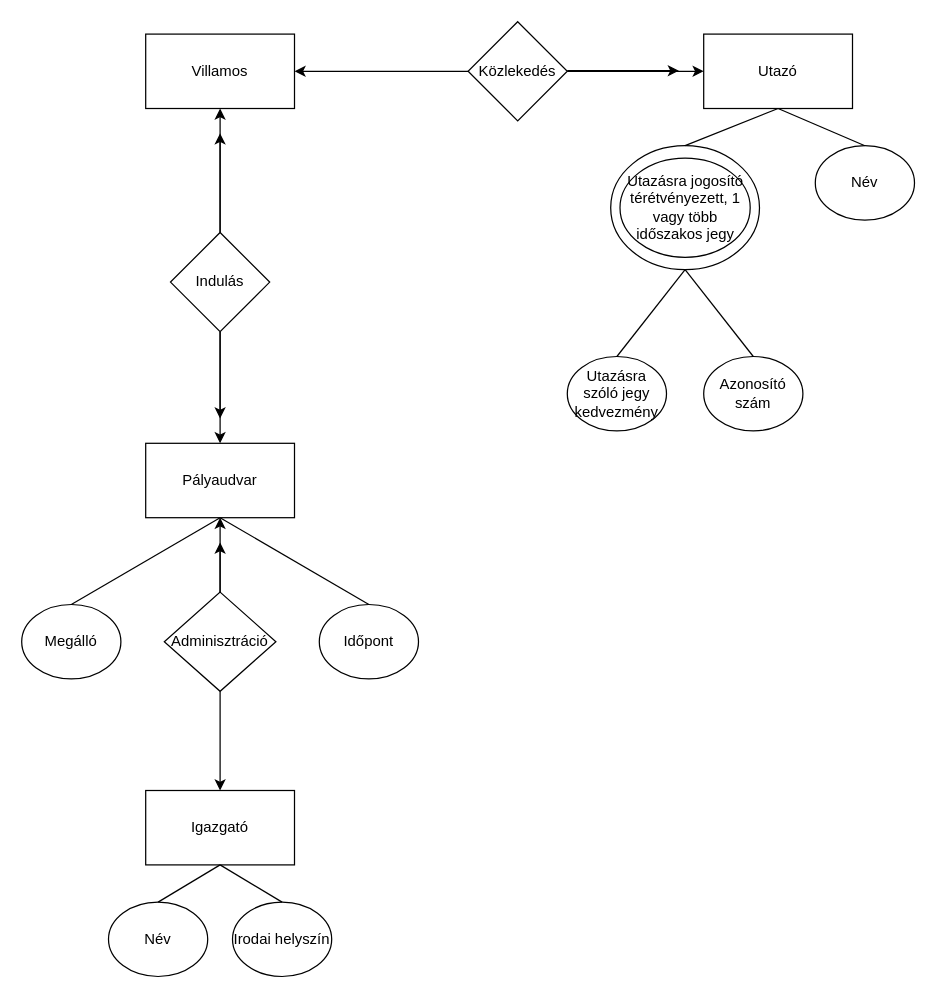
BViktor10/ZY5P7F_DB1gyak keeps this draw.io diagram as ZY5P7F_10.11/ZY5P7F_10.11.(2.Fel).drawio.xml. Above is the earlier version. Source tidied: cells renumbered, new cells numbered last; positions are measured from the earlier drawing's top-left corner, leaving out a move shared by most shapes. Both pictures are drawn from the tidied source at 124%, with x=0, y=0 at pixel (21, 21).
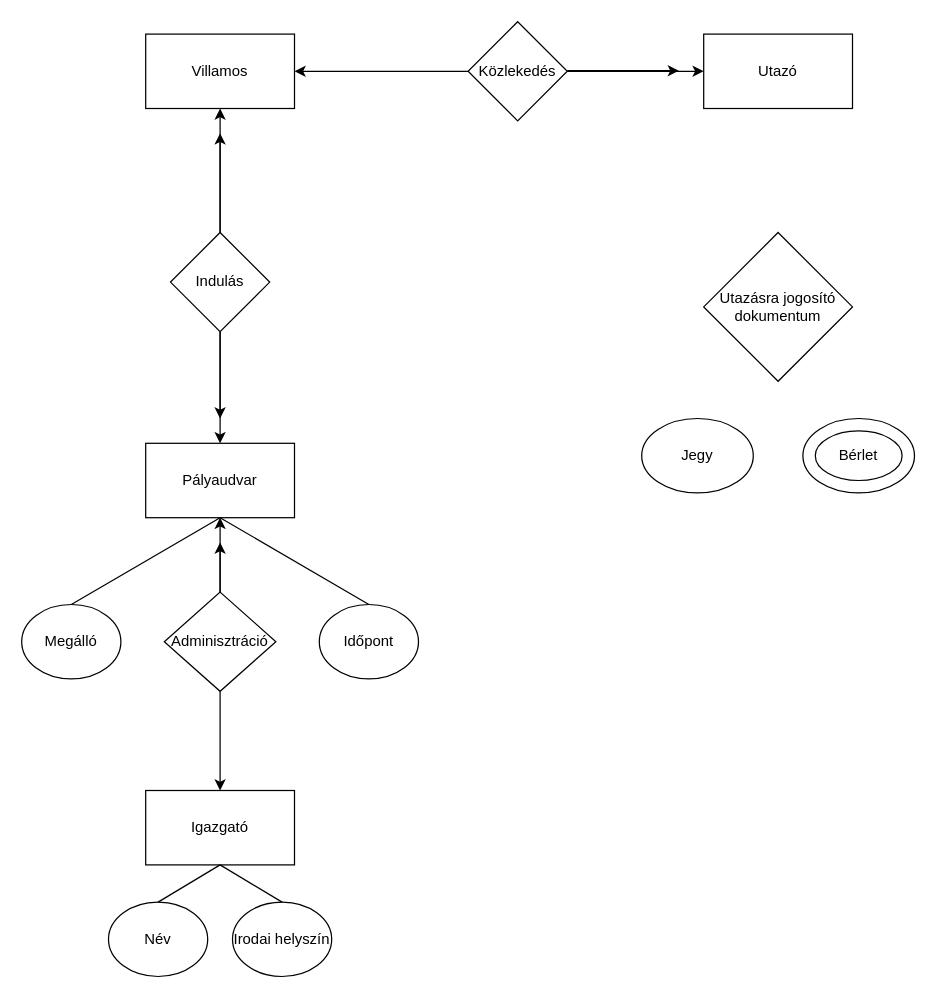
After the change.

The change refers to these unchanged cells:
```xml
<mxCell id="4" value="Utazó" style="rounded=0;whiteSpace=wrap;html=1;" parent="1" vertex="1">
  <mxGeometry x="550" y="10" width="120" height="60" as="geometry" />
</mxCell>
```

Change to the diagram source:
```diff
@@
-    <mxCell id="21" value="Azonosító szám" style="ellipse;whiteSpace=wrap;html=1;" parent="1" vertex="1">
-      <mxGeometry x="550" y="270" width="80" height="60" as="geometry" />
-    </mxCell>
-    <mxCell id="22" style="ellipse;whiteSpace=wrap;html=1;" parent="1" vertex="1">
-      <mxGeometry x="475" y="100" width="120" height="100" as="geometry" />
-    </mxCell>
-    <mxCell id="23" value="&lt;div&gt;Utazásra jogosító&lt;/div&gt;&lt;div&gt;térétvényezett, 1 vagy több időszakos jegy&lt;br&gt;&lt;/div&gt;" style="ellipse;whiteSpace=wrap;html=1;" parent="1" vertex="1">
-      <mxGeometry x="482.5" y="110" width="105" height="80" as="geometry" />
-    </mxCell>
-    <mxCell id="24" value="Név" style="ellipse;whiteSpace=wrap;html=1;" parent="1" vertex="1">
-      <mxGeometry x="640" y="100" width="80" height="60" as="geometry" />
-    </mxCell>
-    <mxCell id="25" value="Utazásra szóló jegy kedvezmény" style="ellipse;whiteSpace=wrap;html=1;" parent="1" vertex="1">
-      <mxGeometry x="440" y="270" width="80" height="60" as="geometry" />
-    </mxCell>
@@
-    <mxCell id="33" style="endArrow=none;html=1;rounded=0;entryX=0.5;entryY=1;entryDx=0;entryDy=0;exitX=0.5;exitY=0;exitDx=0;exitDy=0;" parent="1" edge="1" source="22" target="4">
-      <mxGeometry relative="1" as="geometry" />
-    </mxCell>
-    <mxCell id="34" style="endArrow=none;html=1;rounded=0;entryX=0.5;entryY=1;entryDx=0;entryDy=0;exitX=0.5;exitY=0;exitDx=0;exitDy=0;" parent="1" edge="1" source="24" target="4">
-      <mxGeometry relative="1" as="geometry" />
-    </mxCell>
-    <mxCell id="35" style="endArrow=none;html=1;rounded=0;exitX=0.5;exitY=0;exitDx=0;exitDy=0;entryX=0.5;entryY=1;entryDx=0;entryDy=0;" parent="1" edge="1" source="25" target="22">
-      <mxGeometry relative="1" as="geometry" />
-    </mxCell>
-    <mxCell id="36" style="endArrow=none;html=1;rounded=0;exitX=0.5;exitY=0;exitDx=0;exitDy=0;entryX=0.5;entryY=1;entryDx=0;entryDy=0;" parent="1" edge="1" source="21" target="22">
-      <mxGeometry relative="1" as="geometry" />
-    </mxCell>
+    <mxCell id="37" value="Utazásra jogosító dokumentum" style="rhombus;whiteSpace=wrap;html=1;" parent="1" vertex="1">
+      <mxGeometry x="550" y="170" width="120" height="120" as="geometry" />
+    </mxCell>
+    <mxCell id="38" value="Jegy" style="ellipse;whiteSpace=wrap;html=1;" parent="1" vertex="1">
+      <mxGeometry x="500" y="320" width="90" height="60" as="geometry" />
+    </mxCell>
+    <mxCell id="39" style="ellipse;whiteSpace=wrap;html=1;" parent="1" vertex="1">
+      <mxGeometry x="630" y="320" width="90" height="60" as="geometry" />
+    </mxCell>
+    <mxCell id="40" value="Bérlet" style="ellipse;whiteSpace=wrap;html=1;" parent="1" vertex="1">
+      <mxGeometry x="640" y="330" width="70" height="40" as="geometry" />
+    </mxCell>
```
